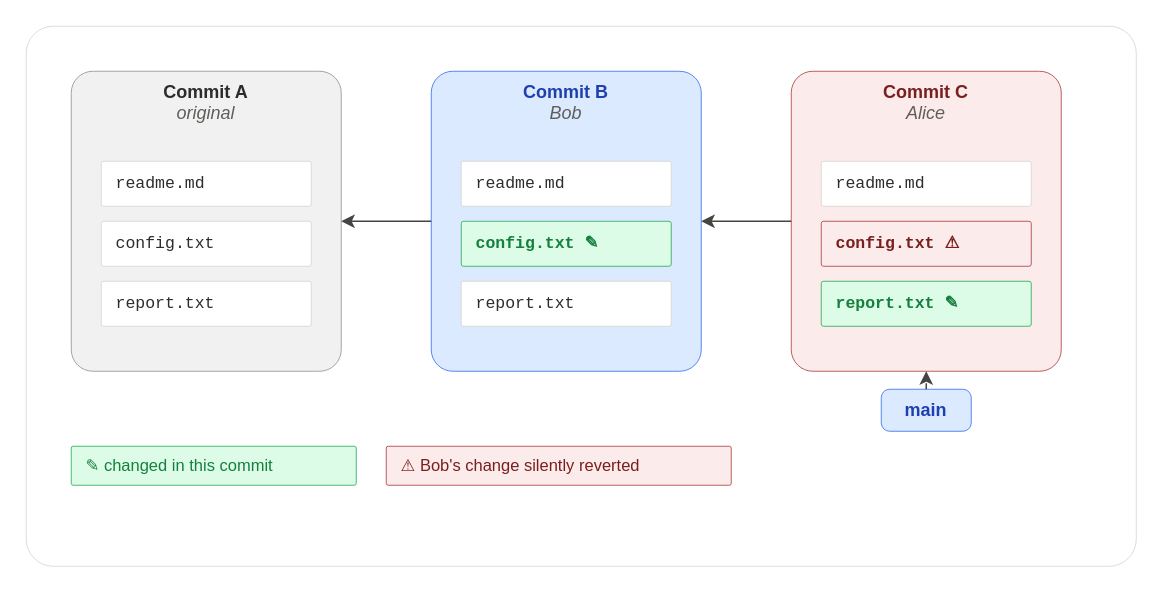
Earlier version of the draw.io diagram assets/drawio/git-bare-overwrite.drawio (braboj/tutorial-git). Source tidied: cells renumbered, new cells numbered last; positions are measured from the earlier drawing's top-left corner, leaving out a move shared by most shapes. Both pictures are drawn from the tidied source at 150%, with x=0, y=0 at pixel (26, 26).
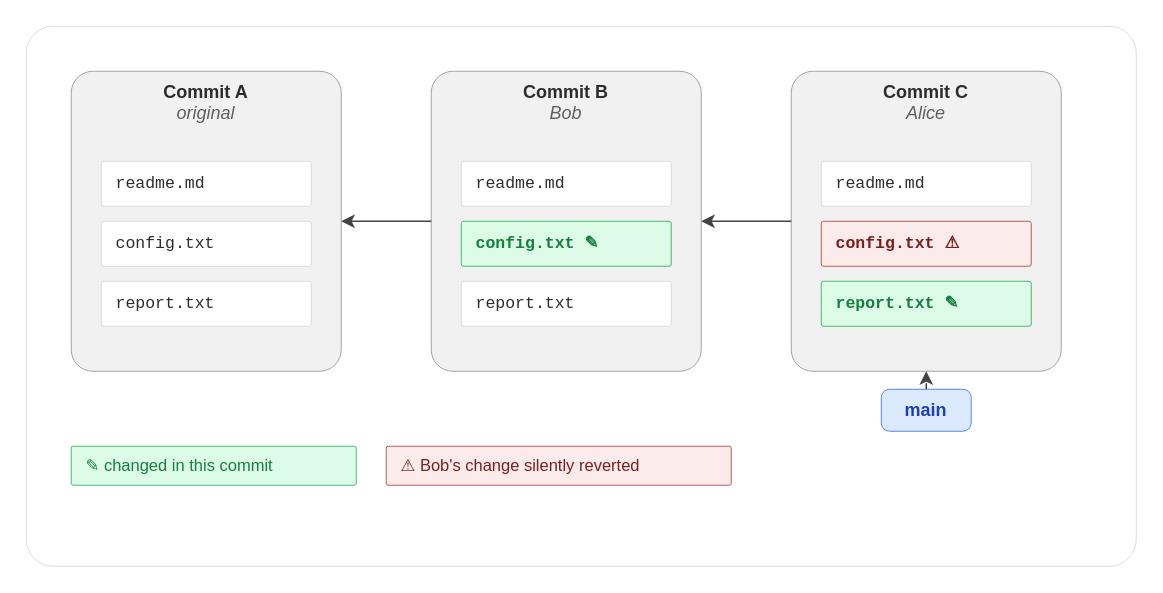
The same diagram, later.

Commit message:
docs: fix overwrite diagram — all commit cards gray

Color now only at file level: green = changed, red = reverted.
Commit cards are all neutral gray so the two meanings don't clash.

The edit, as a diff of the source:
```diff
@@
-    <mxCell id="7" value="&lt;b&gt;Commit B&lt;/b&gt;&lt;br&gt;&lt;i style=&quot;color:#5F5E5A&quot;&gt;Bob&lt;/i&gt;" style="rounded=1;whiteSpace=wrap;html=1;fillColor=#DBEAFE;strokeColor=#2563EB;strokeWidth=0.5;shadow=0;fontSize=12;fontStyle=0;fontColor=#1E40AF;fontFamily=Helvetica;verticalAlign=top;align=center;arcSize=8;" parent="1" vertex="1">
+    <mxCell id="7" value="&lt;b&gt;Commit B&lt;/b&gt;&lt;br&gt;&lt;i style=&quot;color:#5F5E5A&quot;&gt;Bob&lt;/i&gt;" style="rounded=1;whiteSpace=wrap;html=1;fillColor=#F1F1F1;strokeColor=#888888;strokeWidth=0.5;shadow=0;fontSize=12;fontStyle=0;fontColor=#2C2C2A;fontFamily=Helvetica;verticalAlign=top;align=center;arcSize=8;" parent="1" vertex="1">
       <mxGeometry x="270" y="30" width="180" height="200" as="geometry" />
     </mxCell>
@@
-    <mxCell id="11" value="&lt;b&gt;Commit C&lt;/b&gt;&lt;br&gt;&lt;i style=&quot;color:#5F5E5A&quot;&gt;Alice&lt;/i&gt;" style="rounded=1;whiteSpace=wrap;html=1;fillColor=#FCEBEB;strokeColor=#A32D2D;strokeWidth=0.5;shadow=0;fontSize=12;fontStyle=0;fontColor=#791F1F;fontFamily=Helvetica;verticalAlign=top;align=center;arcSize=8;" parent="1" vertex="1">
+    <mxCell id="11" value="&lt;b&gt;Commit C&lt;/b&gt;&lt;br&gt;&lt;i style=&quot;color:#5F5E5A&quot;&gt;Alice&lt;/i&gt;" style="rounded=1;whiteSpace=wrap;html=1;fillColor=#F1F1F1;strokeColor=#888888;strokeWidth=0.5;shadow=0;fontSize=12;fontStyle=0;fontColor=#2C2C2A;fontFamily=Helvetica;verticalAlign=top;align=center;arcSize=8;" parent="1" vertex="1">
       <mxGeometry x="510" y="30" width="180" height="200" as="geometry" />
     </mxCell>
```
